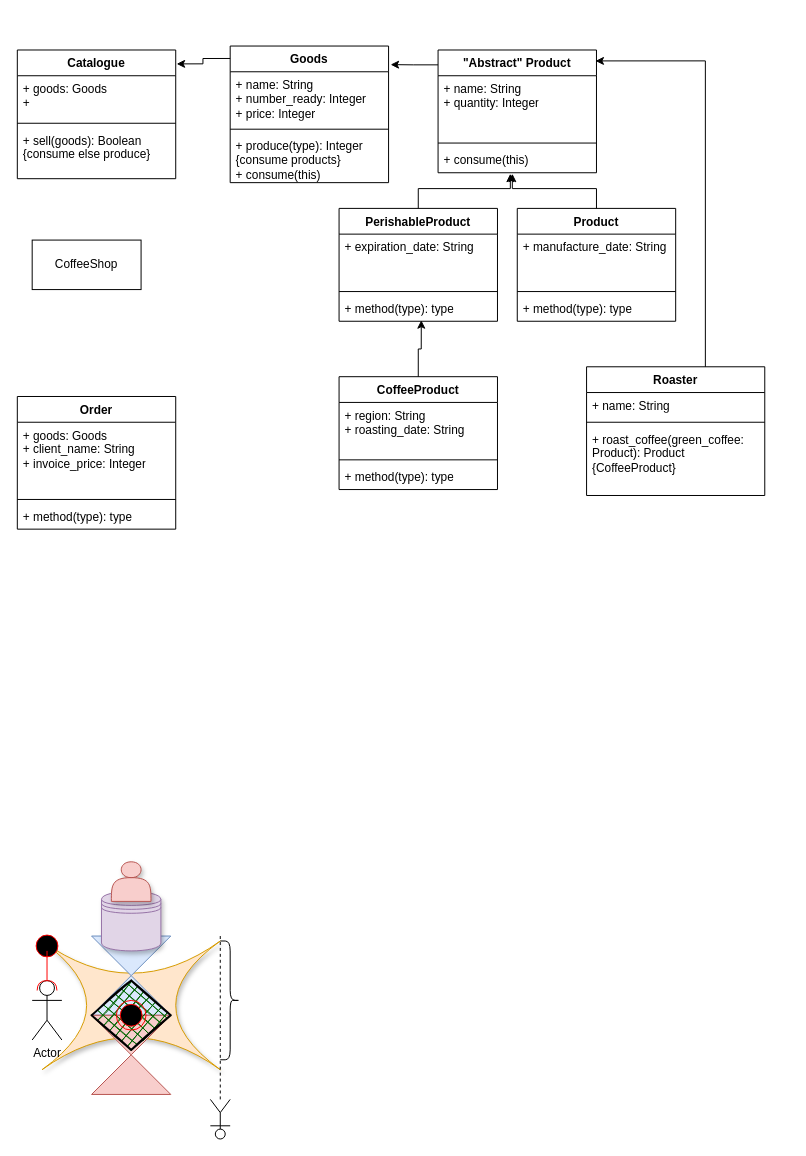
Earlier version of the draw.io diagram lab1/cd.drawio (R3plicant/ooap_lab1). Source tidied: cells renumbered, new cells numbered last; positions are measured from the earlier drawing's top-left corner, leaving out a move shared by most shapes. Both pictures are drawn from the tidied source at 99%, with x=0, y=0 at pixel (17, 46).
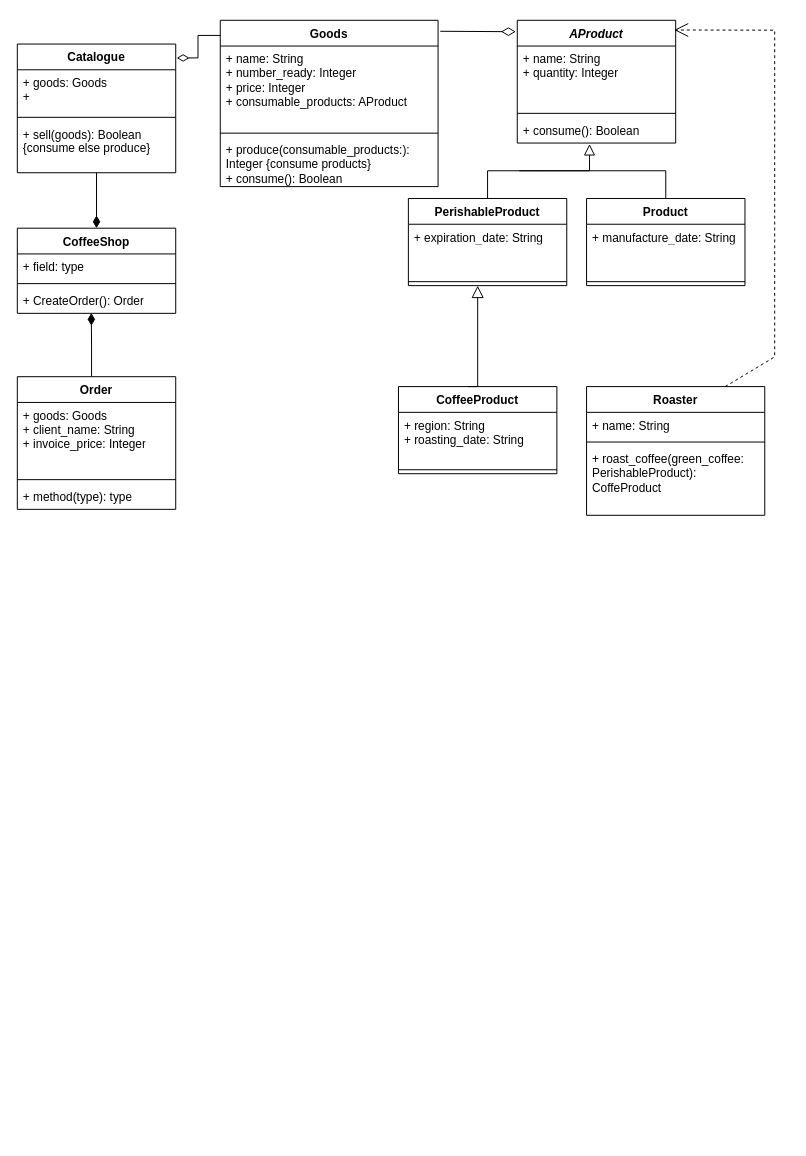
Above is the later version.

Unchanged cells that the change refers to:
```xml
<mxCell id="14" value="+ sell(goods): Boolean {consume else produce}" style="text;strokeColor=none;fillColor=none;align=left;verticalAlign=top;spacingLeft=4;spacingRight=4;overflow=hidden;points=[[0,0.5],[1,0.5]];portConstraint=eastwest;whiteSpace=wrap;html=1;" parent="11" vertex="1">
  <mxGeometry y="78" width="160" height="52" as="geometry" />
</mxCell>
```

The edit, as a diff of the source:
```diff
@@
-    <mxCell id="2" value="CoffeeShop" style="html=1;whiteSpace=wrap;" parent="1" vertex="1">
-      <mxGeometry x="15" y="196" width="110" height="50" as="geometry" />
-    </mxCell>
-    <mxCell id="3" value="&quot;Abstract&quot; Product" style="swimlane;fontStyle=1;align=center;verticalAlign=top;horizontal=1;startSize=26;whiteSpace=wrap;html=1;" parent="1" vertex="1">
-      <mxGeometry x="425" y="4" width="160" height="124" as="geometry" />
+    <mxCell id="3" value="&lt;i&gt;AProduct&lt;/i&gt;" style="swimlane;fontStyle=1;align=center;verticalAlign=top;horizontal=1;startSize=26;whiteSpace=wrap;html=1;" parent="1" vertex="1">
+      <mxGeometry x="505" y="-26" width="160" height="124" as="geometry" />
     </mxCell>
@@
-    <mxCell id="6" value="+ consume(this)" style="text;strokeColor=none;fillColor=none;align=left;verticalAlign=top;spacingLeft=4;spacingRight=4;overflow=hidden;points=[[0,0.5],[1,0.5]];portConstraint=eastwest;whiteSpace=wrap;html=1;" parent="3" vertex="1">
+    <mxCell id="6" value="+ consume(): Boolean" style="text;strokeColor=none;fillColor=none;align=left;verticalAlign=top;spacingLeft=4;spacingRight=4;overflow=hidden;points=[[0,0.5],[1,0.5]];portConstraint=eastwest;whiteSpace=wrap;html=1;" parent="3" vertex="1">
       <mxGeometry y="98" width="160" height="26" as="geometry" />
     </mxCell>
     <mxCell id="7" value="CoffeeProduct" style="swimlane;fontStyle=1;align=center;verticalAlign=top;horizontal=1;startSize=26;whiteSpace=wrap;html=1;" parent="1" vertex="1">
-      <mxGeometry x="325" y="334" width="160" height="114" as="geometry" />
+      <mxGeometry x="385" y="344" width="160" height="88" as="geometry" />
     </mxCell>
@@
-    <mxCell id="10" value="+ method(type): type" style="text;strokeColor=none;fillColor=none;align=left;verticalAlign=top;spacingLeft=4;spacingRight=4;overflow=hidden;whiteSpace=wrap;html=1;" parent="7" vertex="1">
-      <mxGeometry y="88" width="160" height="26" as="geometry" />
-    </mxCell>
     <mxCell id="11" value="Catalogue" style="swimlane;fontStyle=1;align=center;verticalAlign=top;horizontal=1;startSize=26;whiteSpace=wrap;html=1;" parent="1" vertex="1">
-      <mxGeometry y="4" width="160" height="130" as="geometry" />
+      <mxGeometry y="-2" width="160" height="130" as="geometry" />
     </mxCell>
@@
+    <mxCell id="53" style="edgeStyle=orthogonalEdgeStyle;rounded=0;jettySize=auto;html=1;endArrow=none;endFill=0;" parent="1" edge="1" source="15">
+      <mxGeometry relative="1" as="geometry">
+        <mxPoint x="507" y="126" as="targetPoint" />
+        <Array as="points">
+          <mxPoint x="655" y="126" />
+          <mxPoint x="525" y="126" />
+        </Array>
+      </mxGeometry>
+    </mxCell>
     <mxCell id="15" value="Product" style="swimlane;fontStyle=1;align=center;verticalAlign=top;horizontal=1;startSize=26;whiteSpace=wrap;html=1;" parent="1" vertex="1">
-      <mxGeometry x="505" y="164" width="160" height="114" as="geometry" />
+      <mxGeometry x="575" y="154" width="160" height="88" as="geometry" />
     </mxCell>
@@
-    <mxCell id="18" value="+ method(type): type" style="text;strokeColor=none;fillColor=none;align=left;verticalAlign=top;spacingLeft=4;spacingRight=4;overflow=hidden;whiteSpace=wrap;html=1;" parent="15" vertex="1">
-      <mxGeometry y="88" width="160" height="26" as="geometry" />
-    </mxCell>
     <mxCell id="19" value="Goods" style="swimlane;fontStyle=1;align=center;verticalAlign=top;horizontal=1;startSize=26;whiteSpace=wrap;html=1;" parent="1" vertex="1">
-      <mxGeometry x="215" width="160" height="138" as="geometry" />
+      <mxGeometry x="205" y="-26" width="220" height="168" as="geometry" />
     </mxCell>
-    <mxCell id="20" value="+ name: String&lt;br&gt;+ number_ready: Integer&lt;br&gt;+ price: Integer" style="text;strokeColor=none;fillColor=none;align=left;verticalAlign=top;spacingLeft=4;spacingRight=4;overflow=hidden;whiteSpace=wrap;html=1;" parent="19" vertex="1">
-      <mxGeometry y="26" width="160" height="54" as="geometry" />
+    <mxCell id="20" value="+ name: String&lt;br&gt;+ number_ready: Integer&lt;br&gt;+ price: Integer&lt;br&gt;+ consumable_products: AProduct" style="text;strokeColor=none;fillColor=none;align=left;verticalAlign=top;spacingLeft=4;spacingRight=4;overflow=hidden;whiteSpace=wrap;html=1;" parent="19" vertex="1">
+      <mxGeometry y="26" width="220" height="84" as="geometry" />
     </mxCell>
     <mxCell id="21" style="line;strokeWidth=1;fillColor=none;align=left;verticalAlign=middle;spacingTop=-1;spacingLeft=3;spacingRight=3;labelPosition=right;strokeColor=inherit;" parent="19" vertex="1">
-      <mxGeometry y="80" width="160" height="8" as="geometry" />
+      <mxGeometry y="110" width="220" height="8" as="geometry" />
     </mxCell>
-    <mxCell id="22" value="+ produce(type): Integer {consume products}&lt;br&gt;+ consume(this)" style="text;strokeColor=none;fillColor=none;align=left;verticalAlign=top;spacingLeft=4;spacingRight=4;overflow=hidden;whiteSpace=wrap;html=1;" parent="19" vertex="1">
-      <mxGeometry y="88" width="160" height="50" as="geometry" />
+    <mxCell id="22" value="+ produce(consumable_products:): Integer {consume products}&lt;br&gt;+ consume(): Boolean" style="text;strokeColor=none;fillColor=none;align=left;verticalAlign=top;spacingLeft=4;spacingRight=4;overflow=hidden;whiteSpace=wrap;html=1;" parent="19" vertex="1">
+      <mxGeometry y="118" width="220" height="50" as="geometry" />
     </mxCell>
     <mxCell id="23" value="PerishableProduct" style="swimlane;fontStyle=1;align=center;verticalAlign=top;horizontal=1;startSize=26;whiteSpace=wrap;html=1;" parent="1" vertex="1">
-      <mxGeometry x="325" y="164" width="160" height="114" as="geometry" />
+      <mxGeometry x="395" y="154" width="160" height="88" as="geometry" />
     </mxCell>
@@
-    <mxCell id="26" value="+ method(type): type" style="text;strokeColor=none;fillColor=none;align=left;verticalAlign=top;spacingLeft=4;spacingRight=4;overflow=hidden;points=[[0,0.5],[1,0.5]];portConstraint=eastwest;whiteSpace=wrap;html=1;" parent="23" vertex="1">
-      <mxGeometry y="88" width="160" height="26" as="geometry" />
-    </mxCell>
+    <mxCell id="54" style="edgeStyle=orthogonalEdgeStyle;rounded=0;jettySize=auto;html=1;entryX=0.467;entryY=0.985;entryDx=0;entryDy=0;endArrow=diamondThin;endFill=1;endSize=10;entryPerimeter=0;" parent="1" edge="1" source="27" target="60">
+      <mxGeometry relative="1" as="geometry">
+        <Array as="points">
+          <mxPoint x="75" y="302" />
+          <mxPoint x="75" y="302" />
+        </Array>
+      </mxGeometry>
+    </mxCell>
     <mxCell id="27" value="Order" style="swimlane;fontStyle=1;align=center;verticalAlign=top;horizontal=1;startSize=26;whiteSpace=wrap;html=1;" parent="1" vertex="1">
-      <mxGeometry y="354" width="160" height="134" as="geometry" />
+      <mxGeometry y="334" width="160" height="134" as="geometry" />
     </mxCell>
@@
-    <mxCell id="31" style="edgeStyle=orthogonalEdgeStyle;rounded=0;jettySize=auto;html=1;entryX=0.519;entryY=0.962;entryDx=0;entryDy=0;entryPerimeter=0;" parent="1" edge="1" source="7" target="26">
-      <mxGeometry relative="1" as="geometry" />
+    <mxCell id="31" style="edgeStyle=orthogonalEdgeStyle;rounded=0;orthogonalLoop=1;jettySize=auto;html=1;endArrow=block;endFill=0;endSize=10;exitX=0.5;exitY=0;exitDx=0;exitDy=0;entryX=0.5;entryY=1;entryDx=0;entryDy=0;" parent="1" edge="1">
+      <mxGeometry relative="1" as="geometry">
+        <mxPoint x="455" y="344" as="sourcePoint" />
+        <mxPoint x="465" y="242" as="targetPoint" />
+        <Array as="points">
+          <mxPoint x="465" y="344" />
+        </Array>
+      </mxGeometry>
     </mxCell>
-    <mxCell id="32" style="edgeStyle=orthogonalEdgeStyle;rounded=0;jettySize=auto;html=1;entryX=0.456;entryY=1.038;entryDx=0;entryDy=0;entryPerimeter=0;" parent="1" edge="1" source="23" target="6">
+    <mxCell id="32" style="edgeStyle=orthogonalEdgeStyle;rounded=0;jettySize=auto;html=1;entryX=0.456;entryY=1.038;entryDx=0;entryDy=0;entryPerimeter=0;endArrow=block;endFill=0;endSize=9;" parent="1" edge="1" source="23" target="6">
       <mxGeometry relative="1" as="geometry" />
     </mxCell>
-    <mxCell id="33" style="edgeStyle=orthogonalEdgeStyle;rounded=0;jettySize=auto;html=1;entryX=0.469;entryY=1.038;entryDx=0;entryDy=0;entryPerimeter=0;" parent="1" edge="1" source="15" target="6">
-      <mxGeometry relative="1" as="geometry" />
-    </mxCell>
-    <mxCell id="34" style="edgeStyle=orthogonalEdgeStyle;rounded=0;jettySize=auto;html=1;entryX=1.013;entryY=0.136;entryDx=0;entryDy=0;entryPerimeter=0;exitX=0;exitY=0.121;exitDx=0;exitDy=0;exitPerimeter=0;" parent="1" edge="1" source="3" target="19">
-      <mxGeometry relative="1" as="geometry" />
-    </mxCell>
-    <mxCell id="35" style="edgeStyle=orthogonalEdgeStyle;rounded=0;jettySize=auto;html=1;entryX=1.006;entryY=0.108;entryDx=0;entryDy=0;entryPerimeter=0;exitX=0;exitY=0.091;exitDx=0;exitDy=0;exitPerimeter=0;" parent="1" edge="1" source="19" target="11">
+    <mxCell id="35" style="edgeStyle=orthogonalEdgeStyle;rounded=0;jettySize=auto;html=1;entryX=1.006;entryY=0.108;entryDx=0;entryDy=0;entryPerimeter=0;exitX=0;exitY=0.091;exitDx=0;exitDy=0;exitPerimeter=0;endArrow=diamondThin;endFill=0;endSize=10;" parent="1" edge="1" source="19" target="11">
       <mxGeometry relative="1" as="geometry" />
     </mxCell>
-    <mxCell id="36" style="shape=switch;whiteSpace=wrap;html=1;shadow=1;fillColor=#ffe6cc;strokeColor=#d79b00;" parent="1" vertex="1">
-      <mxGeometry x="25" y="904" width="180" height="130" as="geometry" />
-    </mxCell>
-    <mxCell id="37" style="shape=collate;whiteSpace=wrap;html=1;fillColor=#dae8fc;strokeColor=#6c8ebf;" parent="1" vertex="1">
-      <mxGeometry x="75" y="899" width="80" height="80" as="geometry" />
-    </mxCell>
-    <mxCell id="38" style="shape=collate;whiteSpace=wrap;html=1;fillColor=#f8cecc;strokeColor=#b85450;" parent="1" vertex="1">
-      <mxGeometry x="75" y="979" width="80" height="80" as="geometry" />
-    </mxCell>
-    <mxCell id="39" style="shape=datastore;whiteSpace=wrap;html=1;shadow=1;fillColor=#e1d5e7;strokeColor=#9673a6;" parent="1" vertex="1">
-      <mxGeometry x="85" y="854" width="60" height="60" as="geometry" />
-    </mxCell>
-    <mxCell id="40" style="shape=actor;whiteSpace=wrap;html=1;shadow=1;fillColor=#f8cecc;strokeColor=#b85450;" parent="1" vertex="1">
-      <mxGeometry x="95" y="824" width="40" height="40" as="geometry" />
-    </mxCell>
-    <mxCell id="41" style="rhombus;whiteSpace=wrap;html=1;strokeWidth=2;fillWeight=-1;hachureGap=8;fillStyle=cross-hatch;fillColor=#006600;sketch=1;" parent="1" vertex="1">
-      <mxGeometry x="75" y="944" width="80" height="70" as="geometry" />
-    </mxCell>
-    <mxCell id="42" value="Actor" style="shape=umlActor;verticalLabelPosition=bottom;verticalAlign=top;html=1;" parent="1" vertex="1">
-      <mxGeometry x="15" y="944" width="30" height="60" as="geometry" />
-    </mxCell>
-    <mxCell id="43" style="shape=umlLifeline;perimeter=lifelinePerimeter;whiteSpace=wrap;html=1;newEdgeStyle={&quot;curved&quot;:0,&quot;rounded&quot;:0};participant=umlActor;rotation=-180;" parent="1" vertex="1">
-      <mxGeometry x="195" y="899" width="20" height="205" as="geometry" />
-    </mxCell>
-    <mxCell id="44" style="ellipse;html=1;shape=startState;fillColor=#000000;strokeColor=#ff0000;" parent="1" vertex="1">
-      <mxGeometry x="15" y="894" width="30" height="30" as="geometry" />
-    </mxCell>
-    <mxCell id="45" style="edgeStyle=orthogonalEdgeStyle;html=1;verticalAlign=bottom;endArrow=halfCircle;endSize=8;strokeColor=#ff0000;rounded=0;endFill=0;" parent="1" edge="1">
-      <mxGeometry relative="1" as="geometry">
-        <mxPoint x="30" y="914" as="sourcePoint" />
-        <mxPoint x="30" y="954" as="targetPoint" />
-      </mxGeometry>
-    </mxCell>
-    <mxCell id="46" style="ellipse;html=1;shape=endState;fillColor=#000000;strokeColor=#ff0000;" parent="1" vertex="1">
-      <mxGeometry x="100" y="964" width="30" height="30" as="geometry" />
-    </mxCell>
     <mxCell id="47" value="Roaster" style="swimlane;fontStyle=1;align=center;verticalAlign=top;horizontal=1;startSize=26;whiteSpace=wrap;html=1;" parent="1" vertex="1">
-      <mxGeometry x="575" y="324" width="180" height="130" as="geometry" />
+      <mxGeometry x="575" y="344" width="180" height="130" as="geometry" />
     </mxCell>
@@
-    <mxCell id="50" value="+ roast_coffee(green_coffee: Product): Product {CoffeeProduct}" style="text;strokeColor=none;fillColor=none;align=left;verticalAlign=top;spacingLeft=4;spacingRight=4;overflow=hidden;whiteSpace=wrap;html=1;" parent="47" vertex="1">
+    <mxCell id="50" value="+ roast_coffee(green_coffee: PerishableProduct): CoffeProduct" style="text;strokeColor=none;fillColor=none;align=left;verticalAlign=top;spacingLeft=4;spacingRight=4;overflow=hidden;whiteSpace=wrap;html=1;" parent="47" vertex="1">
       <mxGeometry y="60" width="180" height="70" as="geometry" />
     </mxCell>
-    <mxCell id="51" style="edgeStyle=orthogonalEdgeStyle;rounded=0;jettySize=auto;html=1;entryX=0.994;entryY=0.089;entryDx=0;entryDy=0;entryPerimeter=0;" parent="1" edge="1" source="47" target="3">
-      <mxGeometry relative="1" as="geometry">
-        <Array as="points">
-          <mxPoint x="695" y="15" />
-        </Array>
-      </mxGeometry>
-    </mxCell>
-    <mxCell id="52" style="shape=curlyBracket;whiteSpace=wrap;html=1;rounded=1;flipH=1;labelPosition=right;verticalLabelPosition=middle;align=left;verticalAlign=middle;" parent="1" vertex="1">
-      <mxGeometry x="205" y="904" width="20" height="120" as="geometry" />
-    </mxCell>
+    <mxCell id="55" style="endArrow=diamondThin;endFill=1;endSize=10;html=1;rounded=0;entryX=0.5;entryY=0;entryDx=0;entryDy=0;" parent="1" edge="1" source="14" target="2">
+      <mxGeometry relative="1" as="geometry" />
+    </mxCell>
+    <mxCell id="56" style="endArrow=diamondThin;endSize=12;html=1;rounded=0;exitX=1.01;exitY=0.066;exitDx=0;exitDy=0;exitPerimeter=0;entryX=-0.009;entryY=0.093;entryDx=0;entryDy=0;entryPerimeter=0;endFill=0;" parent="1" edge="1" source="19" target="3">
+      <mxGeometry relative="1" as="geometry" />
+    </mxCell>
+    <mxCell id="57" style="endArrow=open;endSize=12;dashed=1;html=1;rounded=0;entryX=0.991;entryY=0.079;entryDx=0;entryDy=0;entryPerimeter=0;" parent="1" edge="1" target="3">
+      <mxGeometry x="0.06" y="-28" relative="1" as="geometry">
+        <mxPoint x="715" y="344" as="sourcePoint" />
+        <Array as="points">
+          <mxPoint x="765" y="314" />
+          <mxPoint x="765" y="184" />
+          <mxPoint x="765" y="-16" />
+        </Array>
+        <mxPoint x="-1" as="offset" />
+      </mxGeometry>
+    </mxCell>
+    <mxCell id="2" value="CoffeeShop" style="swimlane;fontStyle=1;align=center;verticalAlign=top;horizontal=1;startSize=26;whiteSpace=wrap;html=1;" parent="1" vertex="1">
+      <mxGeometry y="184" width="160" height="86" as="geometry" />
+    </mxCell>
+    <mxCell id="58" value="+ field: type" style="text;strokeColor=none;fillColor=none;align=left;verticalAlign=top;spacingLeft=4;spacingRight=4;overflow=hidden;whiteSpace=wrap;html=1;" parent="2" vertex="1">
+      <mxGeometry y="26" width="160" height="26" as="geometry" />
+    </mxCell>
+    <mxCell id="59" style="line;strokeWidth=1;fillColor=none;align=left;verticalAlign=middle;spacingTop=-1;spacingLeft=3;spacingRight=3;labelPosition=right;strokeColor=inherit;" parent="2" vertex="1">
+      <mxGeometry y="52" width="160" height="8" as="geometry" />
+    </mxCell>
+    <mxCell id="60" value="+ CreateOrder(): Order" style="text;strokeColor=none;fillColor=none;align=left;verticalAlign=top;spacingLeft=4;spacingRight=4;overflow=hidden;points=[[0,0.5],[1,0.5]];portConstraint=eastwest;whiteSpace=wrap;html=1;" parent="2" vertex="1">
+      <mxGeometry y="60" width="160" height="26" as="geometry" />
+    </mxCell>
```
